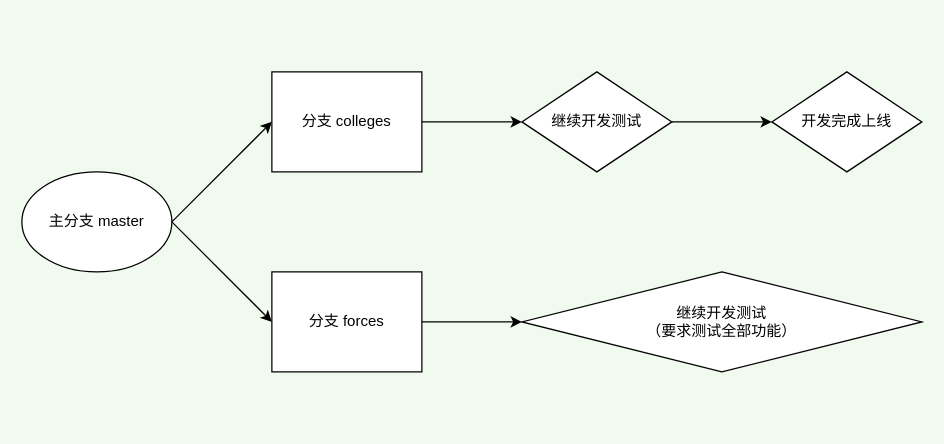
Above: 分支使用场景2.drawio in Cy-Draw/Flowchart (draw.io), before the change. Source tidied: cells renumbered, new cells numbered last; positions are measured from the earlier drawing's top-left corner, leaving out a move shared by most shapes. Both pictures are drawn from the tidied source at 125%, with x=0, y=0 at pixel (21, 71).
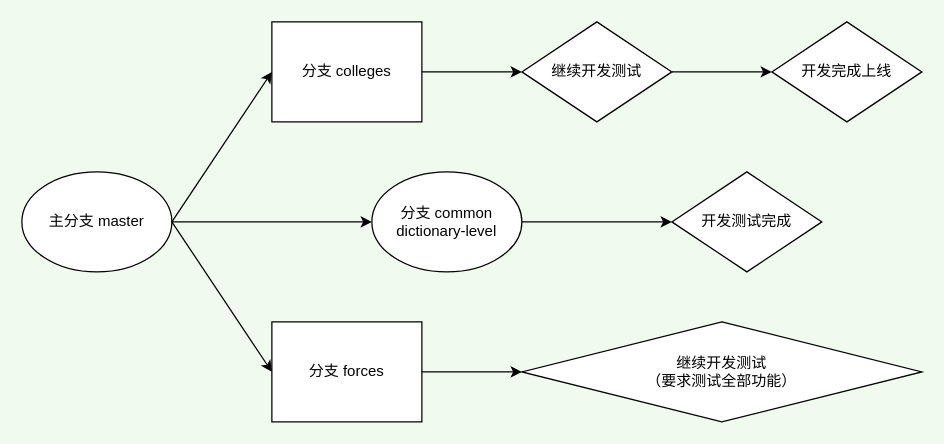
The same page after the edit.

Commit message:
更新分支使用场景2.drawio

Change to the diagram source:
```diff
@@
 <mxGraphModel background="#F1FAEE">
   <root>
     <mxCell id="0" />
     <mxCell id="1" parent="0" />
     <mxCell id="2" value="主分支 master" style="ellipse;whiteSpace=wrap;html=1;" parent="1" vertex="1">
       <mxGeometry y="80" width="120" height="80" as="geometry" />
     </mxCell>
     <mxCell id="3" value="分支 colleges" style="rounded=0;whiteSpace=wrap;html=1;" parent="1" vertex="1">
-      <mxGeometry x="200" width="120" height="80" as="geometry" />
+      <mxGeometry x="200" y="-40" width="120" height="80" as="geometry" />
     </mxCell>
     <mxCell id="4" value="分支&amp;nbsp;forces" style="rounded=0;whiteSpace=wrap;html=1;" parent="1" vertex="1">
-      <mxGeometry x="200" y="160" width="120" height="80" as="geometry" />
+      <mxGeometry x="200" y="200" width="120" height="80" as="geometry" />
     </mxCell>
     <mxCell id="5" style="endArrow=classic;html=1;rounded=0;entryX=0;entryY=0.5;entryDx=0;entryDy=0;" parent="1" edge="1" target="3">
       <mxGeometry relative="1" as="geometry">
         <mxPoint x="120" y="120" as="sourcePoint" />
       </mxGeometry>
     </mxCell>
     <mxCell id="6" style="endArrow=classic;html=1;rounded=0;exitX=1;exitY=0.5;exitDx=0;exitDy=0;entryX=0;entryY=0.5;entryDx=0;entryDy=0;" parent="1" edge="1" source="2" target="4">
       <mxGeometry relative="1" as="geometry" />
     </mxCell>
     <mxCell id="7" value="继续开发测试" style="rhombus;whiteSpace=wrap;html=1;" parent="1" vertex="1">
-      <mxGeometry x="400" width="120" height="80" as="geometry" />
+      <mxGeometry x="400" y="-40" width="120" height="80" as="geometry" />
     </mxCell>
     <mxCell id="8" style="endArrow=classic;html=1;rounded=0;exitX=1;exitY=0.5;exitDx=0;exitDy=0;entryX=0;entryY=0.5;entryDx=0;entryDy=0;" parent="1" edge="1" source="3" target="7">
       <mxGeometry relative="1" as="geometry" />
     </mxCell>
     <mxCell id="9" value="继续开发测试&lt;br&gt;（要求测试全部功能）" style="rhombus;whiteSpace=wrap;html=1;" parent="1" vertex="1">
-      <mxGeometry x="400" y="160" width="320" height="80" as="geometry" />
+      <mxGeometry x="400" y="200" width="320" height="80" as="geometry" />
     </mxCell>
     <mxCell id="10" style="endArrow=classic;html=1;rounded=0;exitX=1;exitY=0.5;exitDx=0;exitDy=0;" parent="1" edge="1" source="4" target="9">
       <mxGeometry relative="1" as="geometry" />
     </mxCell>
     <mxCell id="11" value="开发完成上线" style="rhombus;whiteSpace=wrap;html=1;" parent="1" vertex="1">
-      <mxGeometry x="600" width="120" height="80" as="geometry" />
+      <mxGeometry x="600" y="-40" width="120" height="80" as="geometry" />
     </mxCell>
     <mxCell id="12" style="endArrow=classic;html=1;rounded=0;entryX=0;entryY=0.5;entryDx=0;entryDy=0;exitX=1;exitY=0.5;exitDx=0;exitDy=0;" parent="1" edge="1" source="7" target="11">
       <mxGeometry relative="1" as="geometry" />
     </mxCell>
+    <mxCell id="13" style="edgeStyle=orthogonalEdgeStyle;rounded=0;jettySize=auto;html=1;" parent="1" edge="1" source="14" target="16">
+      <mxGeometry relative="1" as="geometry" />
+    </mxCell>
+    <mxCell id="14" value="分支 common&lt;br&gt;dictionary-level" style="ellipse;whiteSpace=wrap;html=1;" parent="1" vertex="1">
+      <mxGeometry x="280" y="80" width="120" height="80" as="geometry" />
+    </mxCell>
+    <mxCell id="15" style="endArrow=classic;html=1;rounded=0;entryX=0;entryY=0.5;entryDx=0;entryDy=0;" parent="1" edge="1" target="14">
+      <mxGeometry relative="1" as="geometry">
+        <mxPoint x="120" y="120" as="sourcePoint" />
+      </mxGeometry>
+    </mxCell>
+    <mxCell id="16" value="开发测试完成" style="rhombus;whiteSpace=wrap;html=1;" parent="1" vertex="1">
+      <mxGeometry x="520" y="80" width="120" height="80" as="geometry" />
+    </mxCell>
   </root>
 </mxGraphModel>
```
